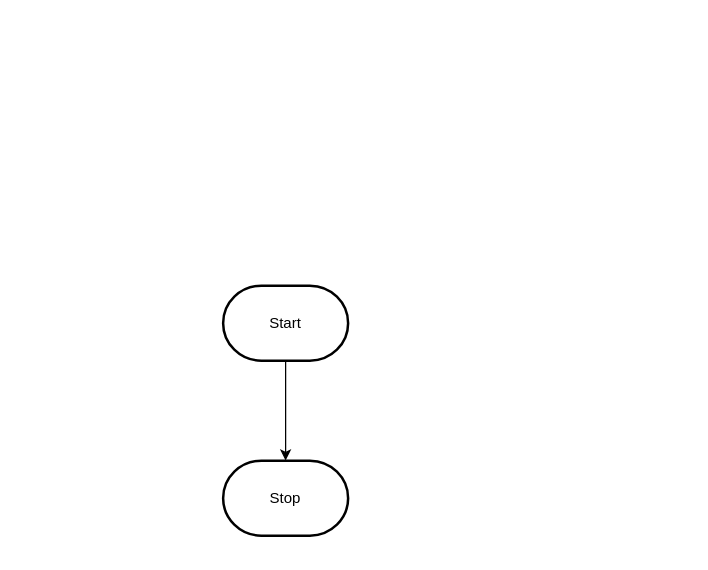
Before: design/flowchart.drawio in MTHS-ICD2O-1-2023/ICD2O-Unit-3-04-hai-tran-2, a draw.io diagram. Source tidied: cells renumbered, new cells numbered last; positions are measured from the earlier drawing's top-left corner, leaving out a move shared by most shapes. Both pictures are drawn from the tidied source at 125%, with x=0, y=0 at pixel (222, 285).
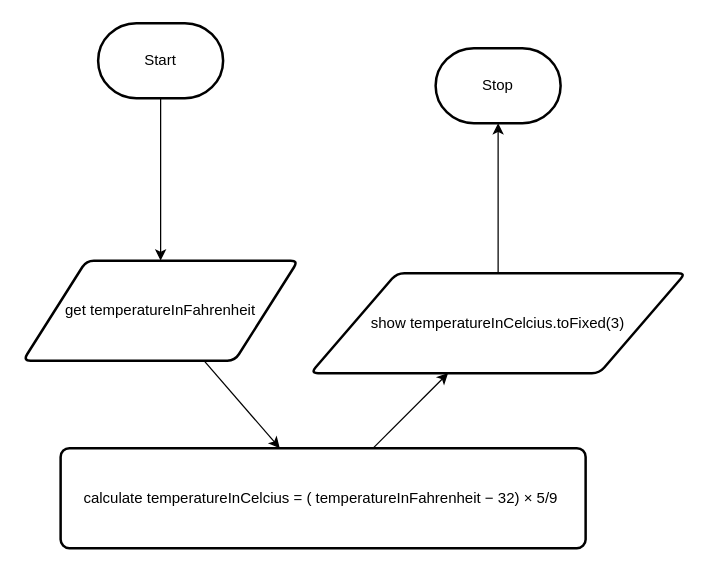
After the change.

Change to the diagram source:
```diff
@@
 <mxGraphModel>
   <root>
     <mxCell id="0" />
     <mxCell id="1" parent="0" />
-    <mxCell id="2" style="edgeStyle=orthogonalEdgeStyle;html=1;rounded=0;" parent="1" edge="1" source="3" target="4">
-      <mxGeometry relative="1" as="geometry" />
-    </mxCell>
+    <mxCell id="5" style="edgeStyle=none;html=1;entryX=0.5;entryY=0;entryDx=0;entryDy=0;fontSize=12;" parent="1" edge="1" source="3" target="2">
+      <mxGeometry relative="1" as="geometry" />
+    </mxCell>
     <mxCell id="3" value="Start" style="strokeWidth=2;html=1;shape=mxgraph.flowchart.terminator;whiteSpace=wrap;" parent="1" vertex="1">
-      <mxGeometry width="100" height="60" as="geometry" />
+      <mxGeometry x="-100" y="-210" width="100" height="60" as="geometry" />
     </mxCell>
     <mxCell id="4" value="Stop" style="strokeWidth=2;html=1;shape=mxgraph.flowchart.terminator;whiteSpace=wrap;" parent="1" vertex="1">
-      <mxGeometry y="140" width="100" height="60" as="geometry" />
+      <mxGeometry x="170" y="-190" width="100" height="60" as="geometry" />
     </mxCell>
+    <mxCell id="6" style="edgeStyle=none;html=1;fontSize=12;" parent="1" edge="1" source="2" target="8">
+      <mxGeometry relative="1" as="geometry" />
+    </mxCell>
+    <mxCell id="2" value="get temperatureInFahrenheit" style="shape=parallelogram;html=1;strokeWidth=2;perimeter=parallelogramPerimeter;whiteSpace=wrap;rounded=1;arcSize=12;size=0.23;" parent="1" vertex="1">
+      <mxGeometry x="-160" y="-20" width="220" height="80" as="geometry" />
+    </mxCell>
+    <mxCell id="7" style="edgeStyle=none;html=1;fontSize=12;" parent="1" edge="1" source="8" target="10">
+      <mxGeometry relative="1" as="geometry" />
+    </mxCell>
+    <mxCell id="8" value="calculate temperatureInCelcius =&lt;font style=&quot;font-size: 12px;&quot;&gt;&amp;nbsp;&lt;font style=&quot;font-size: 12px;&quot;&gt;( temperatureInFahrenheit − 32) × 5/9&amp;nbsp;&lt;/font&gt;&lt;/font&gt;" style="rounded=1;whiteSpace=wrap;html=1;absoluteArcSize=1;arcSize=14;strokeWidth=2;" parent="1" vertex="1">
+      <mxGeometry x="-130" y="130" width="420" height="80" as="geometry" />
+    </mxCell>
+    <mxCell id="9" style="edgeStyle=none;html=1;entryX=0.5;entryY=1;entryDx=0;entryDy=0;entryPerimeter=0;fontSize=12;" parent="1" edge="1" source="10" target="4">
+      <mxGeometry relative="1" as="geometry" />
+    </mxCell>
+    <mxCell id="10" value="show temperatureInCelcius.toFixed(3)" style="shape=parallelogram;html=1;strokeWidth=2;perimeter=parallelogramPerimeter;whiteSpace=wrap;rounded=1;arcSize=12;size=0.23;fontSize=12;" parent="1" vertex="1">
+      <mxGeometry x="70" y="-10" width="300" height="80" as="geometry" />
+    </mxCell>
   </root>
 </mxGraphModel>
```
